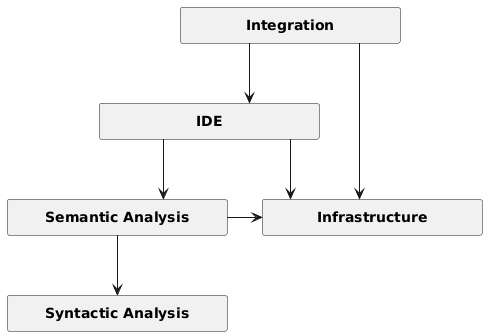
The PlantUML diagram img/diagrams/architecture/layered-architecture.png in SDATeam10/Project, before a commit.
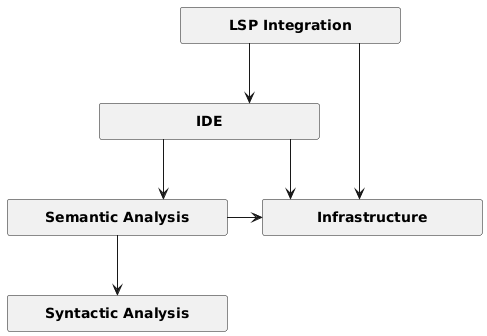
Above is the later version.

Change to the diagram source:
```diff
@@ -6,7 +6,7 @@
 skinparam linetype ortho
 
 
-rectangle "**Integration**" as lsp
+rectangle "**LSP Integration**" as lsp
 rectangle "**IDE**" as ide
 rectangle "**Semantic Analysis**" as sem
 rectangle "**Syntactic Analysis**" as syn
```
